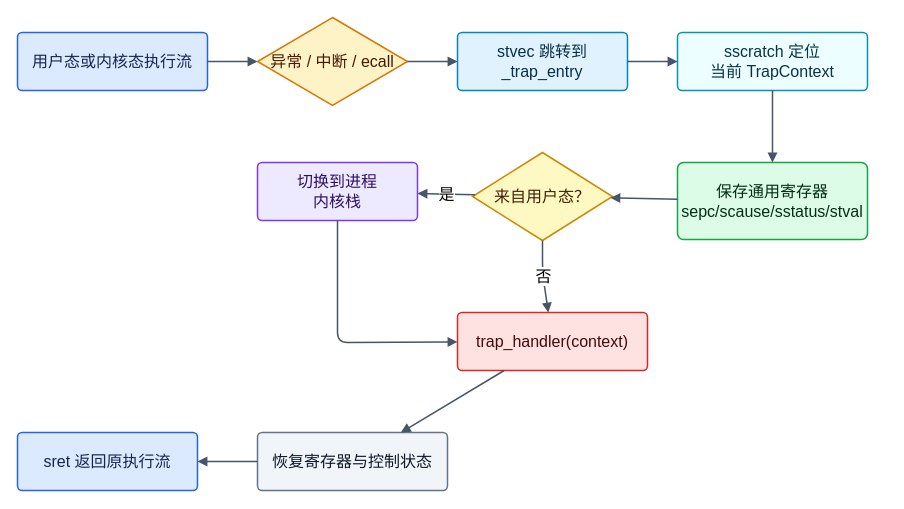
greatbridf/Thesis keeps this draw.io diagram as figures/trap-flow.drawio. Above is the earlier version. Source tidied: cells renumbered, new cells numbered last; positions are measured from the earlier drawing's top-left corner, leaving out a move shared by most shapes. Both pictures are drawn from the tidied source at 100%, with x=0, y=0 at pixel (17, 17).
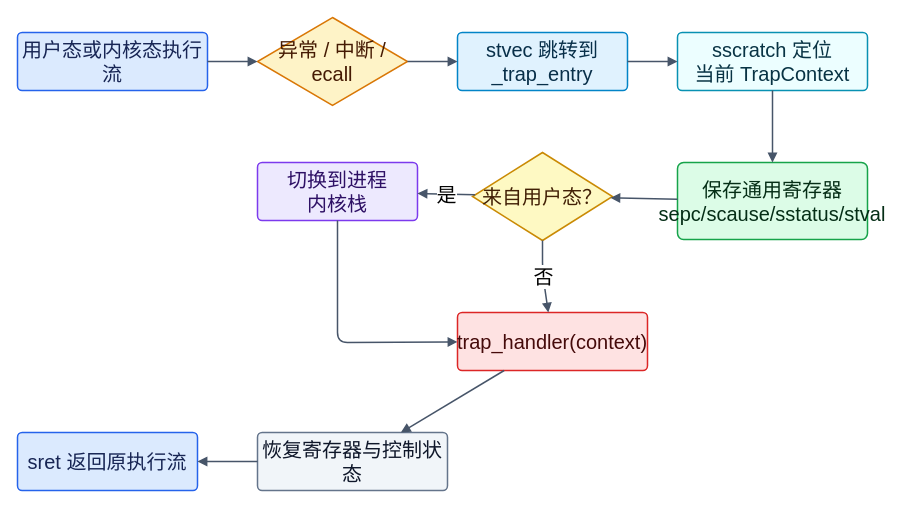
The same diagram, later.

Diff of the diagram source:
```diff
@@
-    <mxCell id="2" value="用户态或内核态执行流" style="rounded=1;whiteSpace=wrap;html=1;fillColor=#dbeafe;strokeColor=#2563eb;fontColor=#172554;arcSize=8;strokeWidth=1.5;fontSize=16;" parent="1" vertex="1">
+    <mxCell id="2" value="用户态或内核态执行流" style="rounded=1;whiteSpace=wrap;html=1;fillColor=#dbeafe;strokeColor=#2563eb;fontColor=#172554;arcSize=8;strokeWidth=1.5;fontSize=20;" parent="1" vertex="1">
       <mxGeometry y="15" width="190" height="58" as="geometry" />
     </mxCell>
-    <mxCell id="3" value="异常 / 中断 / ecall" style="rhombus;whiteSpace=wrap;html=1;fillColor=#fef3c7;strokeColor=#d97706;fontColor=#451a03;strokeWidth=1.5;fontSize=16;" parent="1" vertex="1">
+    <mxCell id="3" value="异常 / 中断 / ecall" style="rhombus;whiteSpace=wrap;html=1;fillColor=#fef3c7;strokeColor=#d97706;fontColor=#451a03;strokeWidth=1.5;fontSize=20;" parent="1" vertex="1">
       <mxGeometry x="240" width="150" height="88" as="geometry" />
     </mxCell>
-    <mxCell id="4" value="stvec 跳转到&lt;br&gt;_trap_entry" style="rounded=1;whiteSpace=wrap;html=1;fillColor=#e0f2fe;strokeColor=#0284c7;fontColor=#082f49;arcSize=8;strokeWidth=1.5;fontSize=16;" parent="1" vertex="1">
+    <mxCell id="4" value="stvec 跳转到&lt;br&gt;_trap_entry" style="rounded=1;whiteSpace=wrap;html=1;fillColor=#e0f2fe;strokeColor=#0284c7;fontColor=#082f49;arcSize=8;strokeWidth=1.5;fontSize=20;" parent="1" vertex="1">
       <mxGeometry x="440" y="15" width="170" height="58" as="geometry" />
     </mxCell>
-    <mxCell id="5" value="sscratch 定位&lt;br&gt;当前 TrapContext" style="rounded=1;whiteSpace=wrap;html=1;fillColor=#ecfeff;strokeColor=#0891b2;fontColor=#083344;arcSize=8;strokeWidth=1.5;fontSize=16;" parent="1" vertex="1">
+    <mxCell id="5" value="sscratch 定位&lt;br&gt;当前 TrapContext" style="rounded=1;whiteSpace=wrap;html=1;fillColor=#ecfeff;strokeColor=#0891b2;fontColor=#083344;arcSize=8;strokeWidth=1.5;fontSize=20;" parent="1" vertex="1">
       <mxGeometry x="660" y="15" width="190" height="58" as="geometry" />
     </mxCell>
-    <mxCell id="6" value="保存通用寄存器&lt;br&gt;sepc/scause/sstatus/stval" style="rounded=1;whiteSpace=wrap;html=1;fillColor=#dcfce7;strokeColor=#16a34a;fontColor=#052e16;arcSize=8;strokeWidth=1.5;fontSize=16;" parent="1" vertex="1">
+    <mxCell id="6" value="保存通用寄存器&lt;br&gt;sepc/scause/sstatus/stval" style="rounded=1;whiteSpace=wrap;html=1;fillColor=#dcfce7;strokeColor=#16a34a;fontColor=#052e16;arcSize=8;strokeWidth=1.5;fontSize=20;" parent="1" vertex="1">
       <mxGeometry x="660" y="145" width="190" height="77" as="geometry" />
     </mxCell>
-    <mxCell id="7" value="来自用户态？" style="rhombus;whiteSpace=wrap;html=1;fillColor=#fef9c3;strokeColor=#ca8a04;fontColor=#422006;strokeWidth=1.5;fontSize=16;" parent="1" vertex="1">
+    <mxCell id="7" value="来自用户态？" style="rhombus;whiteSpace=wrap;html=1;fillColor=#fef9c3;strokeColor=#ca8a04;fontColor=#422006;strokeWidth=1.5;fontSize=20;" parent="1" vertex="1">
       <mxGeometry x="455" y="135" width="140" height="88" as="geometry" />
     </mxCell>
-    <mxCell id="8" value="切换到进程&lt;br&gt;内核栈" style="rounded=1;whiteSpace=wrap;html=1;fillColor=#ede9fe;strokeColor=#7c3aed;fontColor=#2e1065;arcSize=8;strokeWidth=1.5;fontSize=16;" parent="1" vertex="1">
+    <mxCell id="8" value="切换到进程&lt;br&gt;内核栈" style="rounded=1;whiteSpace=wrap;html=1;fillColor=#ede9fe;strokeColor=#7c3aed;fontColor=#2e1065;arcSize=8;strokeWidth=1.5;fontSize=20;" parent="1" vertex="1">
       <mxGeometry x="240" y="145" width="160" height="58" as="geometry" />
     </mxCell>
-    <mxCell id="9" value="trap_handler(context)" style="rounded=1;whiteSpace=wrap;html=1;fillColor=#fee2e2;strokeColor=#dc2626;fontColor=#450a0a;arcSize=8;strokeWidth=1.5;fontSize=16;" parent="1" vertex="1">
+    <mxCell id="9" value="trap_handler(context)" style="rounded=1;whiteSpace=wrap;html=1;fillColor=#fee2e2;strokeColor=#dc2626;fontColor=#450a0a;arcSize=8;strokeWidth=1.5;fontSize=20;" parent="1" vertex="1">
       <mxGeometry x="440" y="295" width="190" height="58" as="geometry" />
     </mxCell>
-    <mxCell id="10" value="恢复寄存器与控制状态" style="rounded=1;whiteSpace=wrap;html=1;fillColor=#f1f5f9;strokeColor=#64748b;fontColor=#0f172a;arcSize=8;strokeWidth=1.5;fontSize=16;" parent="1" vertex="1">
+    <mxCell id="10" value="恢复寄存器与控制状态" style="rounded=1;whiteSpace=wrap;html=1;fillColor=#f1f5f9;strokeColor=#64748b;fontColor=#0f172a;arcSize=8;strokeWidth=1.5;fontSize=20;" parent="1" vertex="1">
       <mxGeometry x="240" y="415" width="190" height="58" as="geometry" />
     </mxCell>
-    <mxCell id="11" value="sret 返回原执行流" style="rounded=1;whiteSpace=wrap;html=1;fillColor=#dbeafe;strokeColor=#2563eb;fontColor=#172554;arcSize=8;strokeWidth=1.5;fontSize=16;" parent="1" vertex="1">
+    <mxCell id="11" value="sret 返回原执行流" style="rounded=1;whiteSpace=wrap;html=1;fillColor=#dbeafe;strokeColor=#2563eb;fontColor=#172554;arcSize=8;strokeWidth=1.5;fontSize=20;" parent="1" vertex="1">
       <mxGeometry y="415" width="180" height="58" as="geometry" />
     </mxCell>
@@
-    <mxCell id="17" value="是" style="endArrow=block;html=1;strokeColor=#475569;strokeWidth=1.5;fontSize=16;" parent="1" edge="1" source="7" target="8">
+    <mxCell id="17" value="是" style="endArrow=block;html=1;strokeColor=#475569;strokeWidth=1.5;fontSize=20;" parent="1" edge="1" source="7" target="8">
       <mxGeometry relative="1" as="geometry" />
     </mxCell>
-    <mxCell id="18" value="否" style="endArrow=block;html=1;strokeColor=#475569;strokeWidth=1.5;fontSize=16;" parent="1" edge="1" source="7" target="9">
+    <mxCell id="18" value="否" style="endArrow=block;html=1;strokeColor=#475569;strokeWidth=1.5;fontSize=20;" parent="1" edge="1" source="7" target="9">
       <mxGeometry relative="1" as="geometry">
         <Array as="points">
           <mxPoint x="525" y="255" />
         </Array>
       </mxGeometry>
     </mxCell>
```
